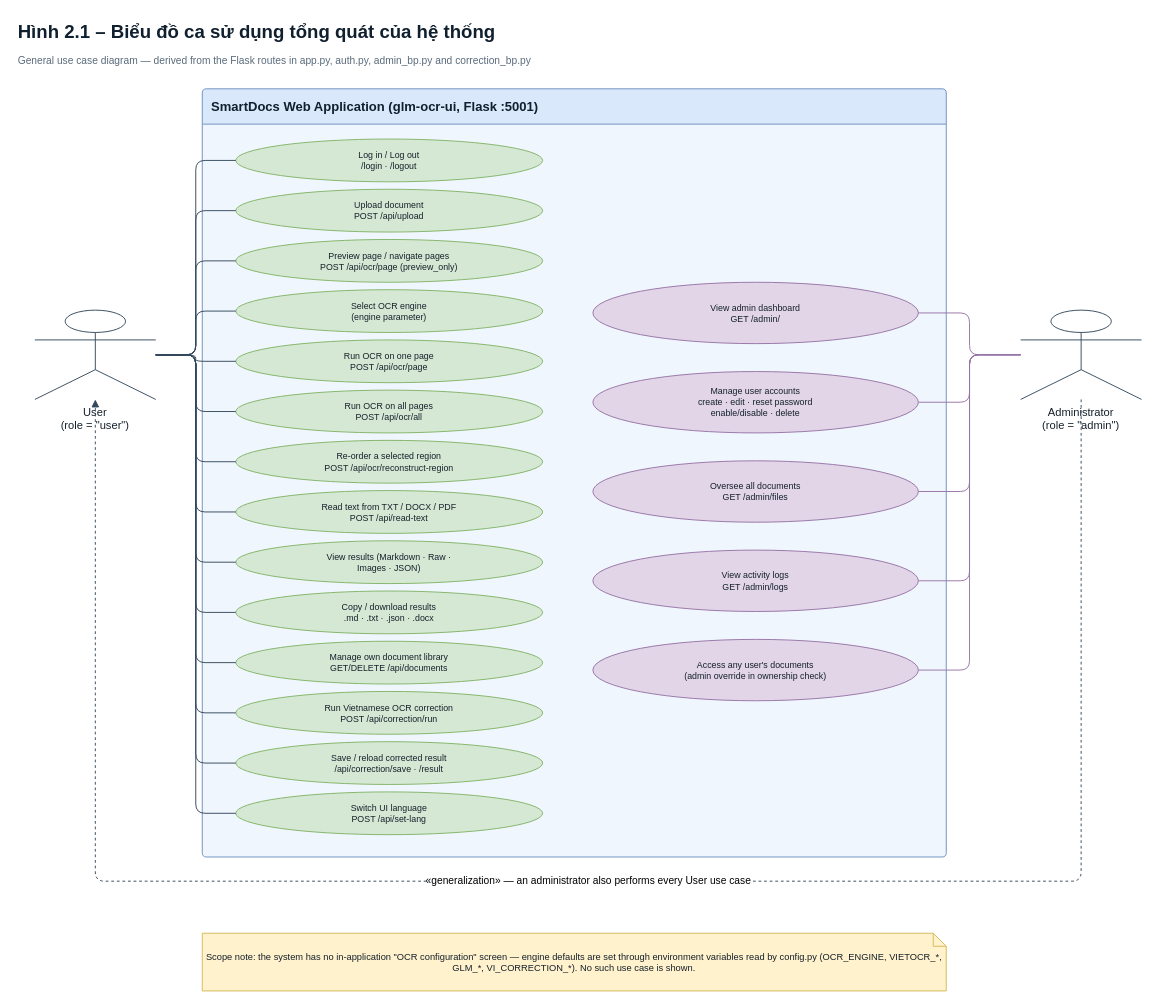
Above: report_figures/chapter2/fig_2_1_use_case.drawio in imtoiteu/OCRandCorrectionVn (draw.io), before the change. Source tidied: cells renumbered, new cells numbered last; positions are measured from the earlier drawing's top-left corner, leaving out a move shared by most shapes. Both pictures are drawn from the tidied source at 93%, with x=0, y=0 at pixel (16, 16).
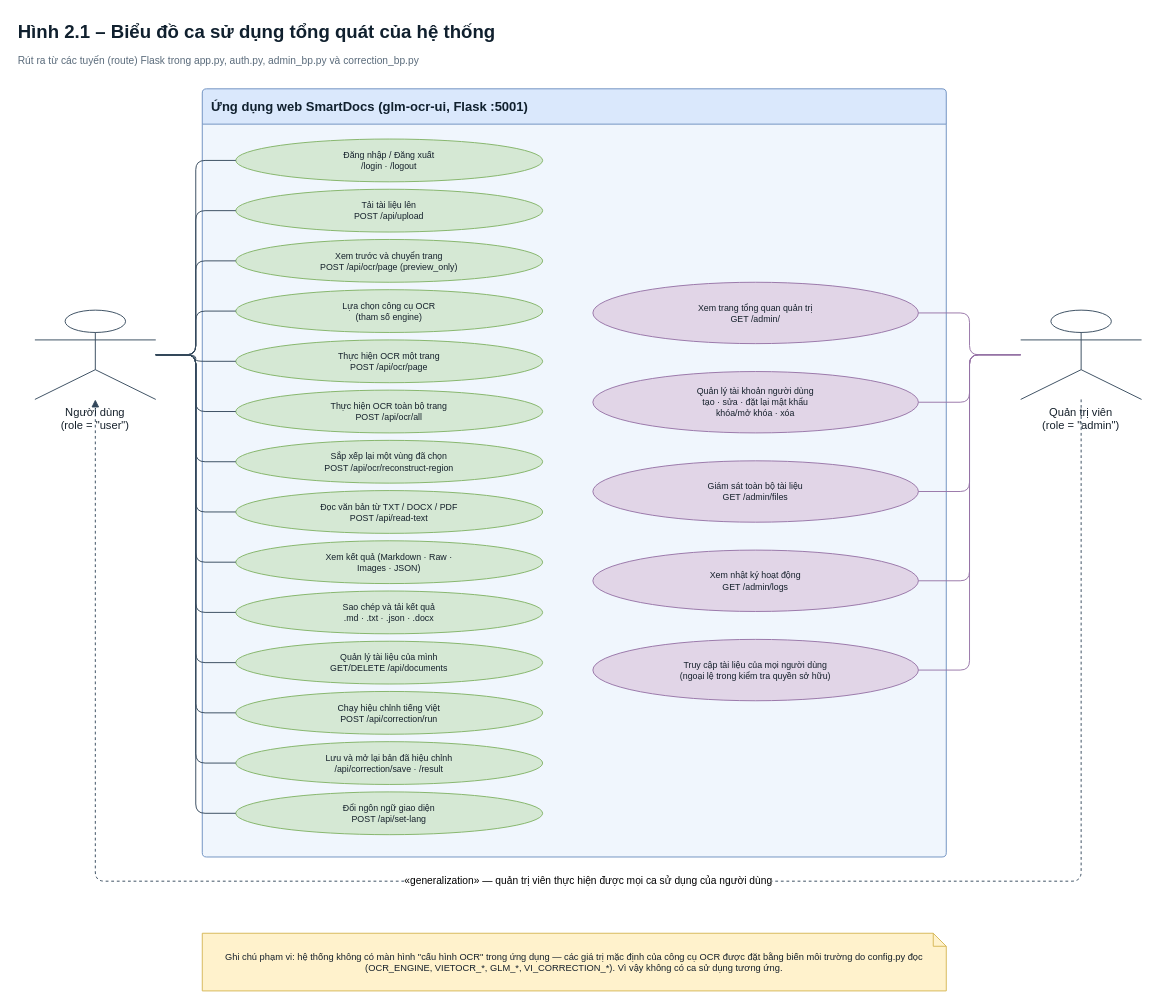
The same page after the edit.

Diff of the diagram source:
```diff
@@
-    <mxCell id="3" value="General use case diagram — derived from the Flask routes in app.py, auth.py, admin_bp.py and correction_bp.py" style="text;html=1;fontSize=11;verticalAlign=middle;align=left;fontColor=#5A6B7B;" parent="1" vertex="1">
+    <mxCell id="3" value="Rút ra từ các tuyến (route) Flask trong app.py, auth.py, admin_bp.py và correction_bp.py" style="text;html=1;fontSize=11;verticalAlign=middle;align=left;fontColor=#5A6B7B;" parent="1" vertex="1">
       <mxGeometry y="38" width="1220" height="20" as="geometry" />
     </mxCell>
-    <mxCell id="4" value="SmartDocs Web Application  (glm-ocr-ui, Flask :5001)" style="swimlane;rounded=1;arcSize=4;startSize=38;html=1;whiteSpace=wrap;fontSize=14;fontStyle=1;fillColor=#DAE8FC;strokeColor=#6C8EBF;swimlaneFillColor=#F0F6FD;fontColor=#10202E;verticalAlign=middle;align=left;spacingLeft=8;" parent="1" vertex="1">
+    <mxCell id="4" value="Ứng dụng web SmartDocs  (glm-ocr-ui, Flask :5001)" style="swimlane;rounded=1;arcSize=4;startSize=38;html=1;whiteSpace=wrap;fontSize=14;fontStyle=1;fillColor=#DAE8FC;strokeColor=#6C8EBF;swimlaneFillColor=#F0F6FD;fontColor=#10202E;verticalAlign=middle;align=left;spacingLeft=8;" parent="1" vertex="1">
       <mxGeometry x="200" y="78" width="800" height="826" as="geometry" />
     </mxCell>
-    <mxCell id="5" value="User&lt;br&gt;(role = &quot;user&quot;)" style="shape=umlActor;verticalLabelPosition=bottom;labelPosition=center;verticalAlign=top;outlineConnect=0;whiteSpace=wrap;html=1;fontSize=12;fillColor=#FFFFFF;strokeColor=#33475B;fontColor=#15202B;" parent="1" vertex="1">
+    <mxCell id="5" value="Người dùng&lt;br&gt;(role = &quot;user&quot;)" style="shape=umlActor;verticalLabelPosition=bottom;labelPosition=center;verticalAlign=top;outlineConnect=0;whiteSpace=wrap;html=1;fontSize=12;fillColor=#FFFFFF;strokeColor=#33475B;fontColor=#15202B;" parent="1" vertex="1">
       <mxGeometry x="20" y="316" width="130" height="96" as="geometry" />
     </mxCell>
-    <mxCell id="6" value="Administrator&lt;br&gt;(role = &quot;admin&quot;)" style="shape=umlActor;verticalLabelPosition=bottom;labelPosition=center;verticalAlign=top;outlineConnect=0;whiteSpace=wrap;html=1;fontSize=12;fillColor=#FFFFFF;strokeColor=#33475B;fontColor=#15202B;" parent="1" vertex="1">
+    <mxCell id="6" value="Quản trị viên&lt;br&gt;(role = &quot;admin&quot;)" style="shape=umlActor;verticalLabelPosition=bottom;labelPosition=center;verticalAlign=top;outlineConnect=0;whiteSpace=wrap;html=1;fontSize=12;fillColor=#FFFFFF;strokeColor=#33475B;fontColor=#15202B;" parent="1" vertex="1">
       <mxGeometry x="1080" y="316" width="130" height="96" as="geometry" />
     </mxCell>
-    <mxCell id="7" value="Log in / Log out&lt;br&gt;/login · /logout" style="ellipse;whiteSpace=wrap;html=1;fontSize=9.5;fillColor=#D5E8D4;strokeColor=#82B366;fontColor=#15202B;" parent="1" vertex="1">
+    <mxCell id="7" value="Đăng nhập / Đăng xuất&lt;br&gt;/login · /logout" style="ellipse;whiteSpace=wrap;html=1;fontSize=9.5;fillColor=#D5E8D4;strokeColor=#82B366;fontColor=#15202B;" parent="1" vertex="1">
       <mxGeometry x="236" y="132" width="330" height="46" as="geometry" />
     </mxCell>
-    <mxCell id="8" value="Upload document&lt;br&gt;POST /api/upload" style="ellipse;whiteSpace=wrap;html=1;fontSize=9.5;fillColor=#D5E8D4;strokeColor=#82B366;fontColor=#15202B;" parent="1" vertex="1">
+    <mxCell id="8" value="Tải tài liệu lên&lt;br&gt;POST /api/upload" style="ellipse;whiteSpace=wrap;html=1;fontSize=9.5;fillColor=#D5E8D4;strokeColor=#82B366;fontColor=#15202B;" parent="1" vertex="1">
       <mxGeometry x="236" y="186" width="330" height="46" as="geometry" />
     </mxCell>
-    <mxCell id="9" value="Preview page / navigate pages&lt;br&gt;POST /api/ocr/page (preview_only)" style="ellipse;whiteSpace=wrap;html=1;fontSize=9.5;fillColor=#D5E8D4;strokeColor=#82B366;fontColor=#15202B;" parent="1" vertex="1">
+    <mxCell id="9" value="Xem trước và chuyển trang&lt;br&gt;POST /api/ocr/page (preview_only)" style="ellipse;whiteSpace=wrap;html=1;fontSize=9.5;fillColor=#D5E8D4;strokeColor=#82B366;fontColor=#15202B;" parent="1" vertex="1">
       <mxGeometry x="236" y="240" width="330" height="46" as="geometry" />
     </mxCell>
-    <mxCell id="10" value="Select OCR engine&lt;br&gt;(engine parameter)" style="ellipse;whiteSpace=wrap;html=1;fontSize=9.5;fillColor=#D5E8D4;strokeColor=#82B366;fontColor=#15202B;" parent="1" vertex="1">
+    <mxCell id="10" value="Lựa chọn công cụ OCR&lt;br&gt;(tham số engine)" style="ellipse;whiteSpace=wrap;html=1;fontSize=9.5;fillColor=#D5E8D4;strokeColor=#82B366;fontColor=#15202B;" parent="1" vertex="1">
       <mxGeometry x="236" y="294" width="330" height="46" as="geometry" />
     </mxCell>
-    <mxCell id="11" value="Run OCR on one page&lt;br&gt;POST /api/ocr/page" style="ellipse;whiteSpace=wrap;html=1;fontSize=9.5;fillColor=#D5E8D4;strokeColor=#82B366;fontColor=#15202B;" parent="1" vertex="1">
+    <mxCell id="11" value="Thực hiện OCR một trang&lt;br&gt;POST /api/ocr/page" style="ellipse;whiteSpace=wrap;html=1;fontSize=9.5;fillColor=#D5E8D4;strokeColor=#82B366;fontColor=#15202B;" parent="1" vertex="1">
       <mxGeometry x="236" y="348" width="330" height="46" as="geometry" />
     </mxCell>
-    <mxCell id="12" value="Run OCR on all pages&lt;br&gt;POST /api/ocr/all" style="ellipse;whiteSpace=wrap;html=1;fontSize=9.5;fillColor=#D5E8D4;strokeColor=#82B366;fontColor=#15202B;" parent="1" vertex="1">
+    <mxCell id="12" value="Thực hiện OCR toàn bộ trang&lt;br&gt;POST /api/ocr/all" style="ellipse;whiteSpace=wrap;html=1;fontSize=9.5;fillColor=#D5E8D4;strokeColor=#82B366;fontColor=#15202B;" parent="1" vertex="1">
       <mxGeometry x="236" y="402" width="330" height="46" as="geometry" />
     </mxCell>
-    <mxCell id="13" value="Re-order a selected region&lt;br&gt;POST /api/ocr/reconstruct-region" style="ellipse;whiteSpace=wrap;html=1;fontSize=9.5;fillColor=#D5E8D4;strokeColor=#82B366;fontColor=#15202B;" parent="1" vertex="1">
+    <mxCell id="13" value="Sắp xếp lại một vùng đã chọn&lt;br&gt;POST /api/ocr/reconstruct-region" style="ellipse;whiteSpace=wrap;html=1;fontSize=9.5;fillColor=#D5E8D4;strokeColor=#82B366;fontColor=#15202B;" parent="1" vertex="1">
       <mxGeometry x="236" y="456" width="330" height="46" as="geometry" />
     </mxCell>
-    <mxCell id="14" value="Read text from TXT / DOCX / PDF&lt;br&gt;POST /api/read-text" style="ellipse;whiteSpace=wrap;html=1;fontSize=9.5;fillColor=#D5E8D4;strokeColor=#82B366;fontColor=#15202B;" parent="1" vertex="1">
+    <mxCell id="14" value="Đọc văn bản từ TXT / DOCX / PDF&lt;br&gt;POST /api/read-text" style="ellipse;whiteSpace=wrap;html=1;fontSize=9.5;fillColor=#D5E8D4;strokeColor=#82B366;fontColor=#15202B;" parent="1" vertex="1">
       <mxGeometry x="236" y="510" width="330" height="46" as="geometry" />
     </mxCell>
-    <mxCell id="15" value="View results (Markdown · Raw ·&lt;br&gt;Images · JSON)" style="ellipse;whiteSpace=wrap;html=1;fontSize=9.5;fillColor=#D5E8D4;strokeColor=#82B366;fontColor=#15202B;" parent="1" vertex="1">
+    <mxCell id="15" value="Xem kết quả (Markdown · Raw ·&lt;br&gt;Images · JSON)" style="ellipse;whiteSpace=wrap;html=1;fontSize=9.5;fillColor=#D5E8D4;strokeColor=#82B366;fontColor=#15202B;" parent="1" vertex="1">
       <mxGeometry x="236" y="564" width="330" height="46" as="geometry" />
     </mxCell>
-    <mxCell id="16" value="Copy / download results&lt;br&gt;.md · .txt · .json · .docx" style="ellipse;whiteSpace=wrap;html=1;fontSize=9.5;fillColor=#D5E8D4;strokeColor=#82B366;fontColor=#15202B;" parent="1" vertex="1">
+    <mxCell id="16" value="Sao chép và tải kết quả&lt;br&gt;.md · .txt · .json · .docx" style="ellipse;whiteSpace=wrap;html=1;fontSize=9.5;fillColor=#D5E8D4;strokeColor=#82B366;fontColor=#15202B;" parent="1" vertex="1">
       <mxGeometry x="236" y="618" width="330" height="46" as="geometry" />
     </mxCell>
-    <mxCell id="17" value="Manage own document library&lt;br&gt;GET/DELETE /api/documents" style="ellipse;whiteSpace=wrap;html=1;fontSize=9.5;fillColor=#D5E8D4;strokeColor=#82B366;fontColor=#15202B;" parent="1" vertex="1">
+    <mxCell id="17" value="Quản lý tài liệu của mình&lt;br&gt;GET/DELETE /api/documents" style="ellipse;whiteSpace=wrap;html=1;fontSize=9.5;fillColor=#D5E8D4;strokeColor=#82B366;fontColor=#15202B;" parent="1" vertex="1">
       <mxGeometry x="236" y="672" width="330" height="46" as="geometry" />
     </mxCell>
-    <mxCell id="18" value="Run Vietnamese OCR correction&lt;br&gt;POST /api/correction/run" style="ellipse;whiteSpace=wrap;html=1;fontSize=9.5;fillColor=#D5E8D4;strokeColor=#82B366;fontColor=#15202B;" parent="1" vertex="1">
+    <mxCell id="18" value="Chạy hiệu chỉnh tiếng Việt&lt;br&gt;POST /api/correction/run" style="ellipse;whiteSpace=wrap;html=1;fontSize=9.5;fillColor=#D5E8D4;strokeColor=#82B366;fontColor=#15202B;" parent="1" vertex="1">
       <mxGeometry x="236" y="726" width="330" height="46" as="geometry" />
     </mxCell>
-    <mxCell id="19" value="Save / reload corrected result&lt;br&gt;/api/correction/save · /result" style="ellipse;whiteSpace=wrap;html=1;fontSize=9.5;fillColor=#D5E8D4;strokeColor=#82B366;fontColor=#15202B;" parent="1" vertex="1">
+    <mxCell id="19" value="Lưu và mở lại bản đã hiệu chỉnh&lt;br&gt;/api/correction/save · /result" style="ellipse;whiteSpace=wrap;html=1;fontSize=9.5;fillColor=#D5E8D4;strokeColor=#82B366;fontColor=#15202B;" parent="1" vertex="1">
       <mxGeometry x="236" y="780" width="330" height="46" as="geometry" />
     </mxCell>
-    <mxCell id="20" value="Switch UI language&lt;br&gt;POST /api/set-lang" style="ellipse;whiteSpace=wrap;html=1;fontSize=9.5;fillColor=#D5E8D4;strokeColor=#82B366;fontColor=#15202B;" parent="1" vertex="1">
+    <mxCell id="20" value="Đổi ngôn ngữ giao diện&lt;br&gt;POST /api/set-lang" style="ellipse;whiteSpace=wrap;html=1;fontSize=9.5;fillColor=#D5E8D4;strokeColor=#82B366;fontColor=#15202B;" parent="1" vertex="1">
       <mxGeometry x="236" y="834" width="330" height="46" as="geometry" />
     </mxCell>
-    <mxCell id="21" value="View admin dashboard&lt;br&gt;GET /admin/" style="ellipse;whiteSpace=wrap;html=1;fontSize=9.5;fillColor=#E1D5E7;strokeColor=#9673A6;fontColor=#15202B;" parent="1" vertex="1">
+    <mxCell id="21" value="Xem trang tổng quan quản trị&lt;br&gt;GET /admin/" style="ellipse;whiteSpace=wrap;html=1;fontSize=9.5;fillColor=#E1D5E7;strokeColor=#9673A6;fontColor=#15202B;" parent="1" vertex="1">
       <mxGeometry x="620" y="286" width="350" height="66" as="geometry" />
     </mxCell>
-    <mxCell id="22" value="Manage user accounts&lt;br&gt;create · edit · reset password&lt;br&gt;enable/disable · delete" style="ellipse;whiteSpace=wrap;html=1;fontSize=9.5;fillColor=#E1D5E7;strokeColor=#9673A6;fontColor=#15202B;" parent="1" vertex="1">
+    <mxCell id="22" value="Quản lý tài khoản người dùng&lt;br&gt;tạo · sửa · đặt lại mật khẩu&lt;br&gt;khóa/mở khóa · xóa" style="ellipse;whiteSpace=wrap;html=1;fontSize=9.5;fillColor=#E1D5E7;strokeColor=#9673A6;fontColor=#15202B;" parent="1" vertex="1">
       <mxGeometry x="620" y="382" width="350" height="66" as="geometry" />
     </mxCell>
-    <mxCell id="23" value="Oversee all documents&lt;br&gt;GET /admin/files" style="ellipse;whiteSpace=wrap;html=1;fontSize=9.5;fillColor=#E1D5E7;strokeColor=#9673A6;fontColor=#15202B;" parent="1" vertex="1">
+    <mxCell id="23" value="Giám sát toàn bộ tài liệu&lt;br&gt;GET /admin/files" style="ellipse;whiteSpace=wrap;html=1;fontSize=9.5;fillColor=#E1D5E7;strokeColor=#9673A6;fontColor=#15202B;" parent="1" vertex="1">
       <mxGeometry x="620" y="478" width="350" height="66" as="geometry" />
     </mxCell>
-    <mxCell id="24" value="View activity logs&lt;br&gt;GET /admin/logs" style="ellipse;whiteSpace=wrap;html=1;fontSize=9.5;fillColor=#E1D5E7;strokeColor=#9673A6;fontColor=#15202B;" parent="1" vertex="1">
+    <mxCell id="24" value="Xem nhật ký hoạt động&lt;br&gt;GET /admin/logs" style="ellipse;whiteSpace=wrap;html=1;fontSize=9.5;fillColor=#E1D5E7;strokeColor=#9673A6;fontColor=#15202B;" parent="1" vertex="1">
       <mxGeometry x="620" y="574" width="350" height="66" as="geometry" />
     </mxCell>
-    <mxCell id="25" value="Access any user's documents&lt;br&gt;(admin override in ownership check)" style="ellipse;whiteSpace=wrap;html=1;fontSize=9.5;fillColor=#E1D5E7;strokeColor=#9673A6;fontColor=#15202B;" parent="1" vertex="1">
+    <mxCell id="25" value="Truy cập tài liệu của mọi người dùng&lt;br&gt;(ngoại lệ trong kiểm tra quyền sở hữu)" style="ellipse;whiteSpace=wrap;html=1;fontSize=9.5;fillColor=#E1D5E7;strokeColor=#9673A6;fontColor=#15202B;" parent="1" vertex="1">
       <mxGeometry x="620" y="670" width="350" height="66" as="geometry" />
     </mxCell>
-    <mxCell id="26" value="Scope note: the system has no in-application &quot;OCR configuration&quot; screen — engine defaults are set through environment variables read by config.py (OCR_ENGINE, VIETOCR_*, GLM_*, VI_CORRECTION_*). No such use case is shown." style="shape=note;size=14;whiteSpace=wrap;html=1;fontSize=10;fillColor=#FFF2CC;strokeColor=#D6B656;fontColor=#15202B;" parent="1" vertex="1">
+    <mxCell id="26" value="Ghi chú phạm vi: hệ thống không có màn hình &quot;cấu hình OCR&quot; trong ứng dụng — các giá trị mặc định của công cụ OCR được đặt bằng biến môi trường do config.py đọc (OCR_ENGINE, VIETOCR_*, GLM_*, VI_CORRECTION_*). Vì vậy không có ca sử dụng tương ứng." style="shape=note;size=14;whiteSpace=wrap;html=1;fontSize=10;fillColor=#FFF2CC;strokeColor=#D6B656;fontColor=#15202B;" parent="1" vertex="1">
       <mxGeometry x="200" y="986" width="800" height="62" as="geometry" />
     </mxCell>
@@
-    <mxCell id="46" value="«generalization» — an administrator also performs every User use case" style="edgeStyle=orthogonalEdgeStyle;rounded=1;html=1;fontSize=11;endArrow=block;strokeColor=#33475B;labelBackgroundColor=#FFFFFF;dashed=1;exitX=0.5;exitY=1;exitDx=0;exitDy=0;entryX=0.5;entryY=1;entryDx=0;entryDy=0;" parent="1" edge="1" source="6" target="5">
+    <mxCell id="46" value="«generalization» — quản trị viên thực hiện được mọi ca sử dụng của người dùng" style="edgeStyle=orthogonalEdgeStyle;rounded=1;html=1;fontSize=11;endArrow=block;strokeColor=#33475B;labelBackgroundColor=#FFFFFF;dashed=1;exitX=0.5;exitY=1;exitDx=0;exitDy=0;entryX=0.5;entryY=1;entryDx=0;entryDy=0;" parent="1" edge="1" source="6" target="5">
       <mxGeometry relative="1" as="geometry">
         <Array as="points">
           <mxPoint x="1145" y="930" />
           <mxPoint x="85" y="930" />
         </Array>
       </mxGeometry>
     </mxCell>
```
